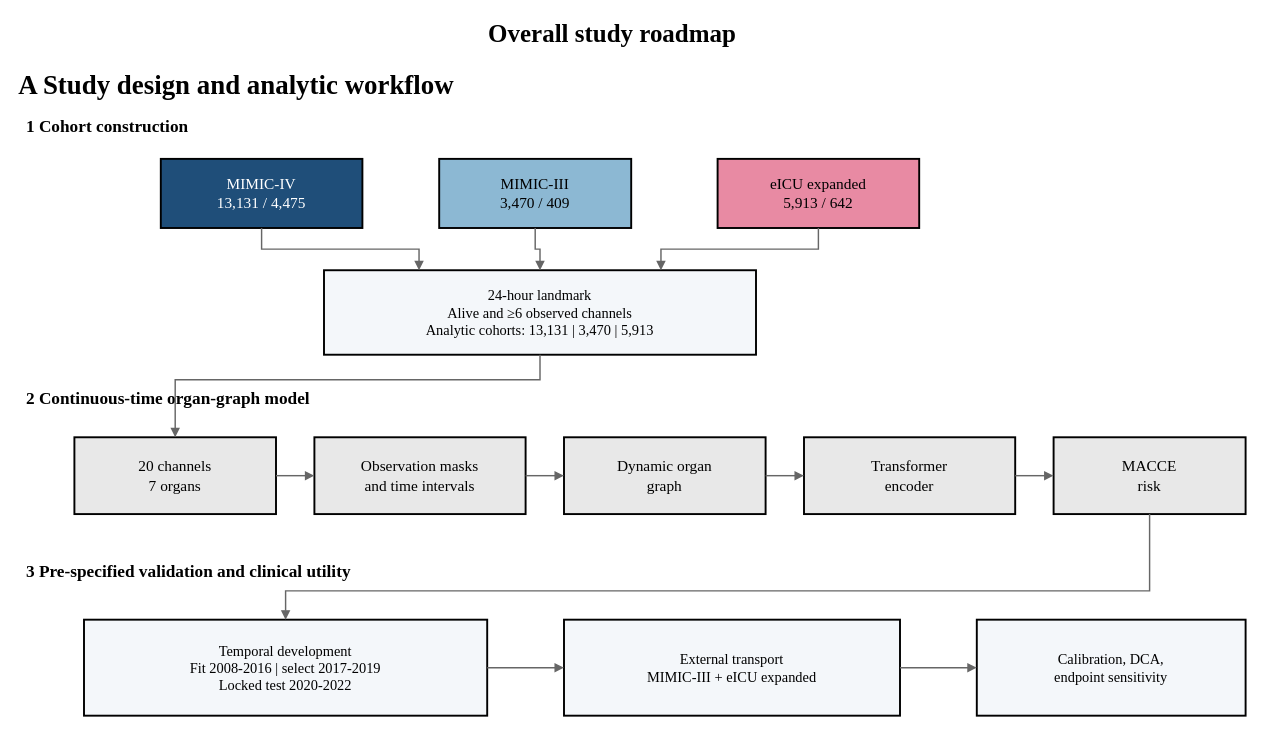
Above: results/figures_r/figure1_overall_roadmap.drawio in wzp24k/acute-mi-dynamic-graph-disposition (draw.io), before the change. Source tidied: cells renumbered, new cells numbered last; positions are measured from the earlier drawing's top-left corner, leaving out a move shared by most shapes. Both pictures are drawn from the tidied source at 96%, with x=0, y=0 at pixel (16, 16).
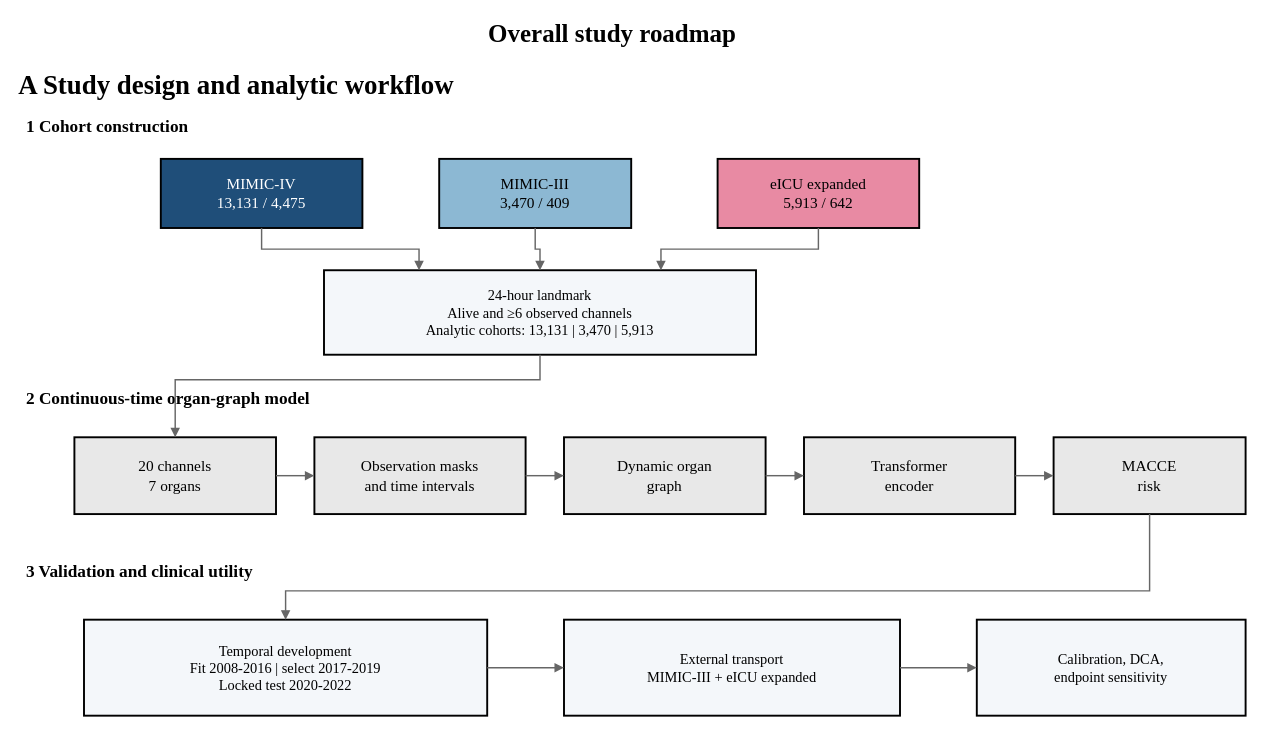
The same diagram, later.

What changed in the source:
```diff
@@
-    <mxCell id="23" value="3  Pre-specified validation and clinical utility" style="text;html=1;strokeColor=none;fillColor=none;align=left;verticalAlign=middle;fontFamily=Times New Roman;fontSize=18;fontStyle=1;" parent="1" vertex="1">
+    <mxCell id="23" value="3  Validation and clinical utility" style="text;html=1;strokeColor=none;fillColor=none;align=left;verticalAlign=middle;fontFamily=Times New Roman;fontSize=18;fontStyle=1;" parent="1" vertex="1">
       <mxGeometry x="8" y="563" width="700" height="30" as="geometry" />
     </mxCell>
```
